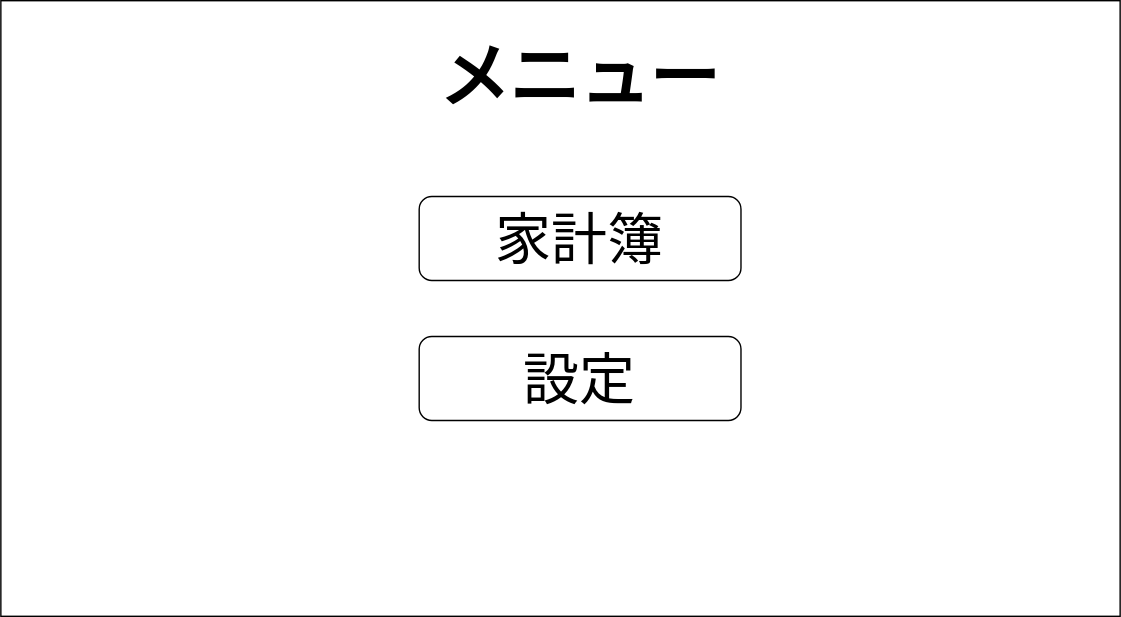
Mao1023/kakeibo_app keeps this draw.io diagram as docs/design_docs/menu/menu_design.svg. Above is the earlier version. Source tidied: cells renumbered, new cells last; positions are measured from the earlier drawing's top-left corner, leaving out a move shared by most shapes. The source it was exported from:
```xml
<mxGraphModel>
  <root>
    <mxCell id="0" />
    <mxCell id="1" parent="0" />
    <mxCell id="2" style="rounded=0;whiteSpace=wrap;html=1;" parent="1" vertex="1">
      <mxGeometry width="800" height="440" as="geometry" />
    </mxCell>
    <mxCell id="3" value="テキストとボタン" parent="0" />
    <mxCell id="4" value="&lt;font style=&quot;font-size: 50px;&quot;&gt;&lt;b&gt;メニュー&lt;/b&gt;&lt;/font&gt;" style="text;html=1;align=center;verticalAlign=middle;whiteSpace=wrap;rounded=0;" parent="3" vertex="1">
      <mxGeometry x="274" y="20" width="280" height="70" as="geometry" />
    </mxCell>
    <mxCell id="5" value="&lt;font style=&quot;font-size: 40px;&quot;&gt;家計簿&lt;/font&gt;" style="rounded=1;whiteSpace=wrap;html=1;" parent="3" vertex="1">
      <mxGeometry x="299" y="140" width="230" height="60" as="geometry" />
    </mxCell>
    <mxCell id="6" value="&lt;font style=&quot;font-size: 40px;&quot;&gt;設定&lt;/font&gt;" style="rounded=1;whiteSpace=wrap;html=1;" parent="3" vertex="1">
      <mxGeometry x="299" y="240" width="230" height="60" as="geometry" />
    </mxCell>
  </root>
</mxGraphModel>
```
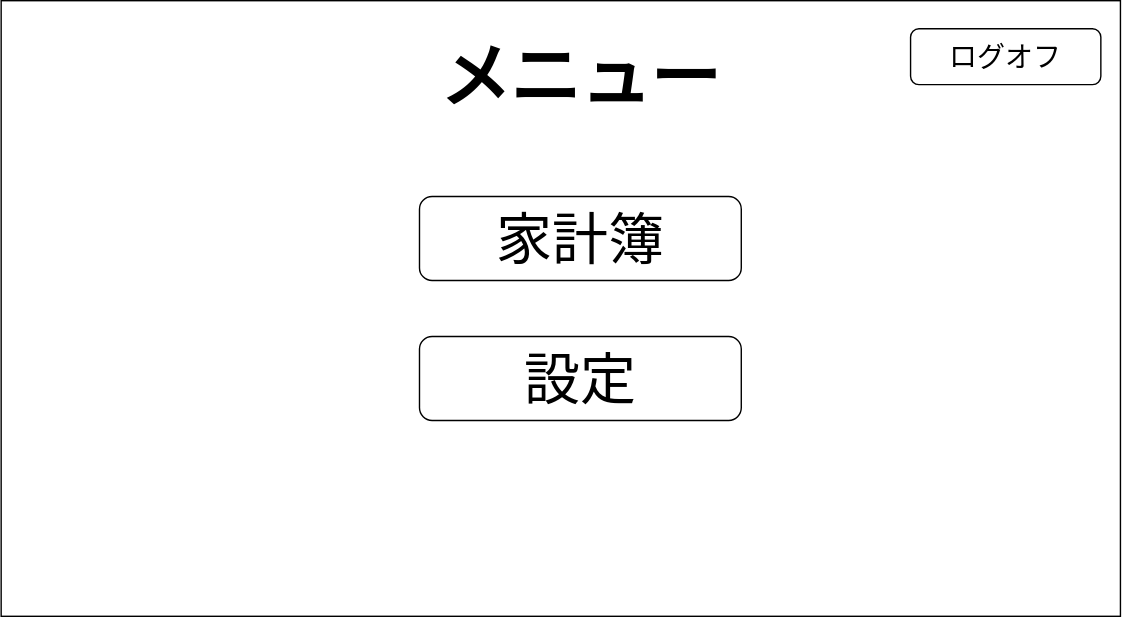
The same file after the commit.

Change to the diagram source:
```diff
@@ -15,5 +15,8 @@
     <mxCell id="6" value="&lt;font style=&quot;font-size: 40px;&quot;&gt;設定&lt;/font&gt;" style="rounded=1;whiteSpace=wrap;html=1;" parent="3" vertex="1">
       <mxGeometry x="299" y="240" width="230" height="60" as="geometry" />
     </mxCell>
+    <mxCell id="7" value="&lt;font style=&quot;font-size: 20px;&quot;&gt;ログオフ&lt;/font&gt;" style="rounded=1;whiteSpace=wrap;html=1;" parent="3" vertex="1">
+      <mxGeometry x="650" y="20" width="136" height="40" as="geometry" />
+    </mxCell>
   </root>
 </mxGraphModel>
```
